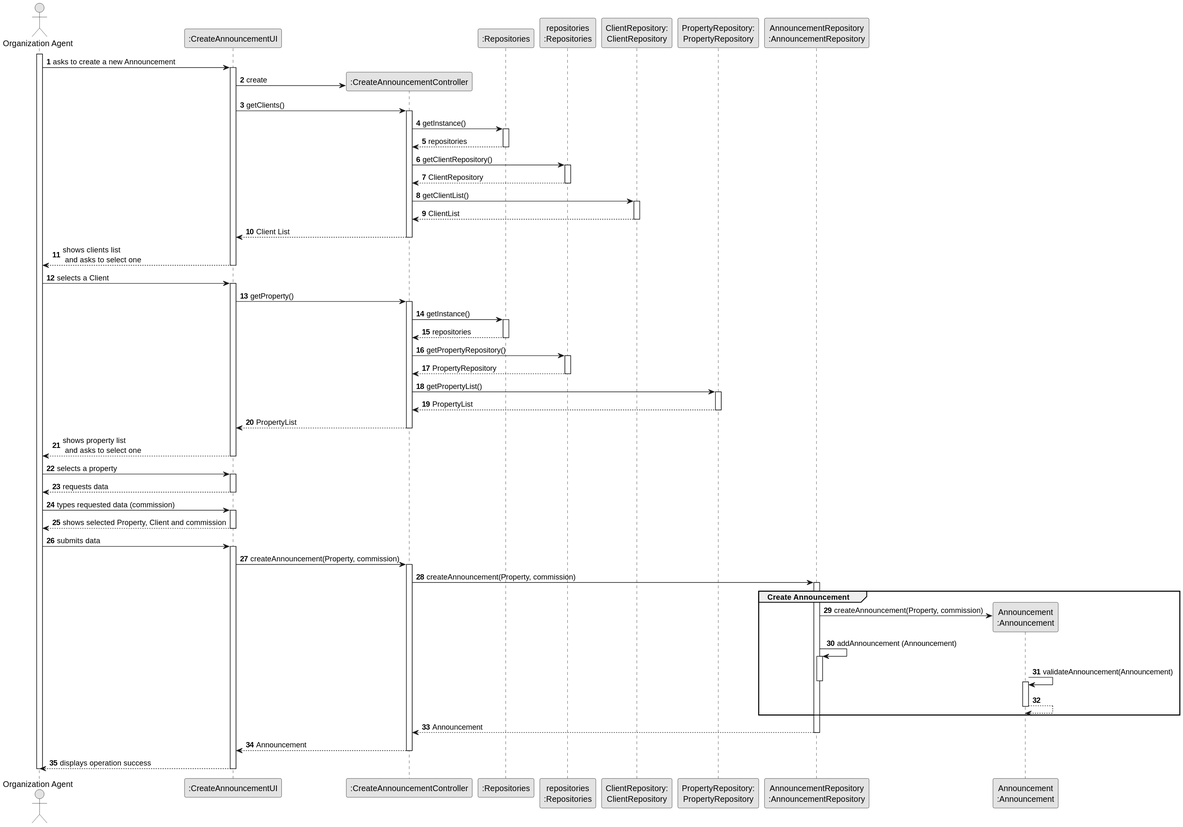
hugosilva2901/lei-22-s2-1DO-g68 keeps this PlantUML diagram as lei-22-s2-1do-g68/docs/SprintD/us002Refinement/03.design/svg/us002-sequence-diagram-full.svg. Above is the earlier version. Source of this version:
```plantuml
@startuml
skinparam monochrome true
skinparam packageStyle rectangle
skinparam shadowing false

autonumber

actor "Organization Agent" as ADM
participant ":CreateAnnouncementUI" as UI
participant ":CreateAnnouncementController" as CTRL
participant ":Repositories" as RepositorySingleton
participant "repositories\n:Repositories" as PLAT
participant "ClientRepository:\nClientRepository" as TaskCategoryRepository
participant "PropertyRepository:\nPropertyRepository" as PropertyRepository
participant "AnnouncementRepository\n:AnnouncementRepository" as ORG
participant "Announcement\n:Announcement" as TAREFA

activate ADM

        ADM -> UI : asks to create a new Announcement

        activate UI

            UI -> CTRL** : create

            UI -> CTRL : getClients()
            activate CTRL

                CTRL -> RepositorySingleton : getInstance()
                activate RepositorySingleton

                    RepositorySingleton --> CTRL: repositories
                deactivate RepositorySingleton

                CTRL -> PLAT : getClientRepository()
                activate PLAT

                    PLAT --> CTRL: ClientRepository
                deactivate PLAT

                CTRL -> TaskCategoryRepository : getClientList()
                activate TaskCategoryRepository

                    TaskCategoryRepository --> CTRL : ClientList
                deactivate TaskCategoryRepository

                CTRL --> UI : Client List
            deactivate CTRL

            UI --> ADM : shows clients list\n and asks to select one
        deactivate UI

    ADM -> UI : selects a Client
    activate UI

                UI -> CTRL : getProperty()
                activate CTRL

                    CTRL -> RepositorySingleton : getInstance()
                    activate RepositorySingleton

                        RepositorySingleton --> CTRL: repositories
                    deactivate RepositorySingleton

                    CTRL -> PLAT : getPropertyRepository()
                    activate PLAT

                        PLAT --> CTRL: PropertyRepository
                    deactivate PLAT

                    CTRL -> PropertyRepository : getPropertyList()
                    activate PropertyRepository

                        PropertyRepository --> CTRL : PropertyList
                    deactivate PropertyRepository

                    CTRL --> UI : PropertyList
                deactivate CTRL

                UI --> ADM : shows property list\n and asks to select one
            deactivate UI

        ADM -> UI : selects a property
        activate UI

        UI --> ADM : requests data
    deactivate UI

    ADM -> UI : types requested data (commission)
    activate UI

        UI --> ADM : shows selected Property, Client and commission
    deactivate UI

    ADM -> UI : submits data
        activate UI

            UI -> CTRL : createAnnouncement(Property, commission)
            activate CTRL

                CTRL -> ORG: createAnnouncement(Property, commission)
                activate ORG

                    group Create Announcement
                        ORG -> TAREFA**: createAnnouncement(Property, commission)
                        ORG -> ORG: addAnnouncement (Announcement)


                        activate ORG
                            TAREFA -> TAREFA: validateAnnouncement(Announcement)
                        deactivate ORG

                        activate TAREFA
                            TAREFA --> TAREFA
                        deactivate TAREFA


                    end

                    ORG --> CTRL : Announcement
                deactivate ORG

                CTRL --> UI: Announcement
                deactivate CTRL
                UI --> ADM: displays operation success
        deactivate UI

    deactivate ADM
@enduml
```
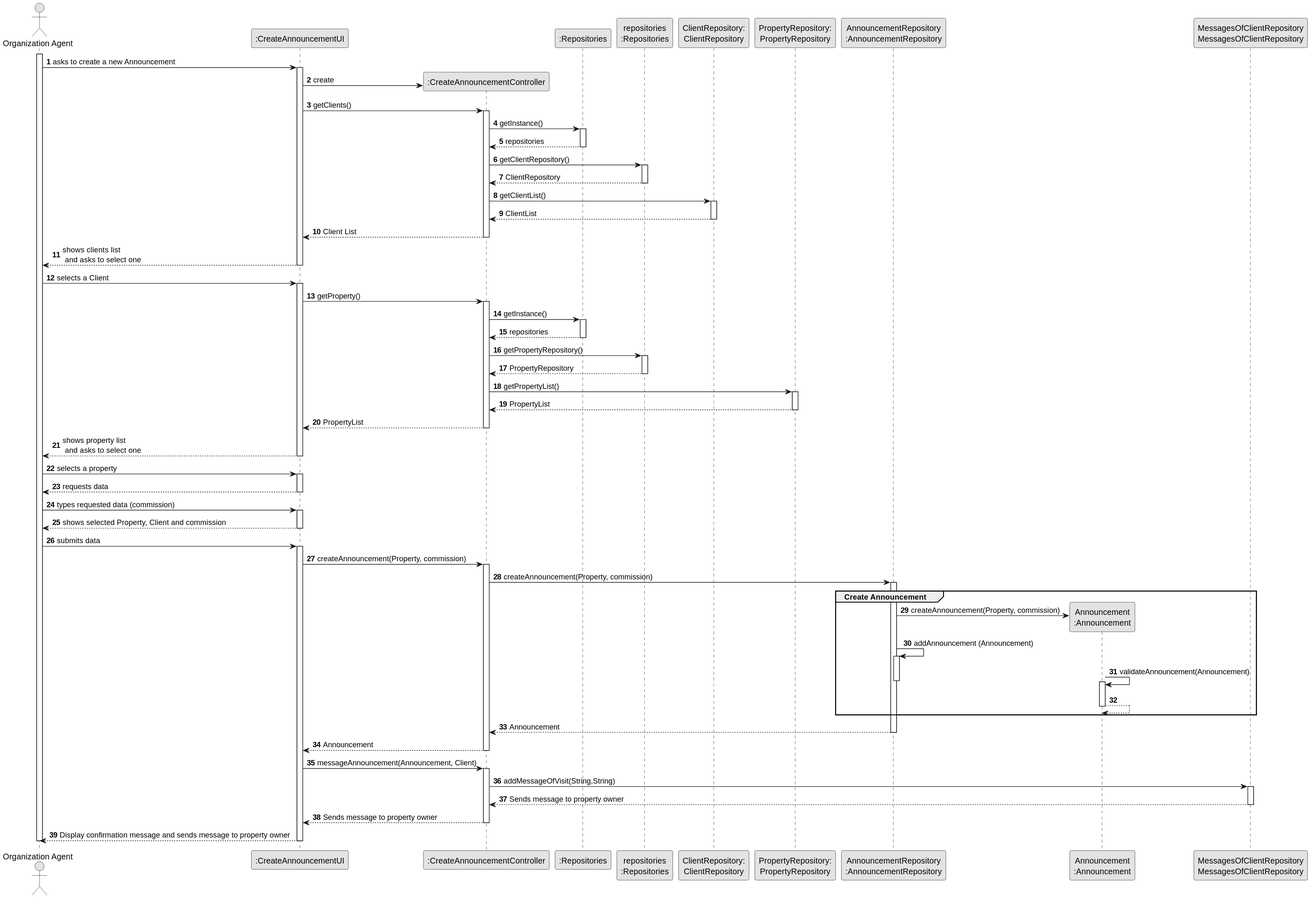
The same diagram one commit later.

Diff of the diagram source:
```diff
@@ -14,6 +14,7 @@
 participant "PropertyRepository:\nPropertyRepository" as PropertyRepository
 participant "AnnouncementRepository\n:AnnouncementRepository" as ORG
 participant "Announcement\n:Announcement" as TAREFA
+participant "MessagesOfClientRepository\nMessagesOfClientRepository" as MessREPO
 
 activate ADM
 
@@ -122,8 +123,17 @@
 
                 CTRL --> UI: Announcement
                 deactivate CTRL
-                UI --> ADM: displays operation success
-        deactivate UI
+UI -> CTRL : messageAnnouncement(Announcement, Client)
+activate CTRL
+CTRL -> MessREPO: addMessageOfVisit(String,String)
+activate MessREPO
 
-    deactivate ADM
+MessREPO --> CTRL : Sends message to property owner
+deactivate MessREPO
+CTRL --> UI: Sends message to property owner
+deactivate CTRL
+UI --> ADM: Display confirmation message and sends message to property owner
+deactivate UI
+
+deactivate ADM
 @enduml
```
